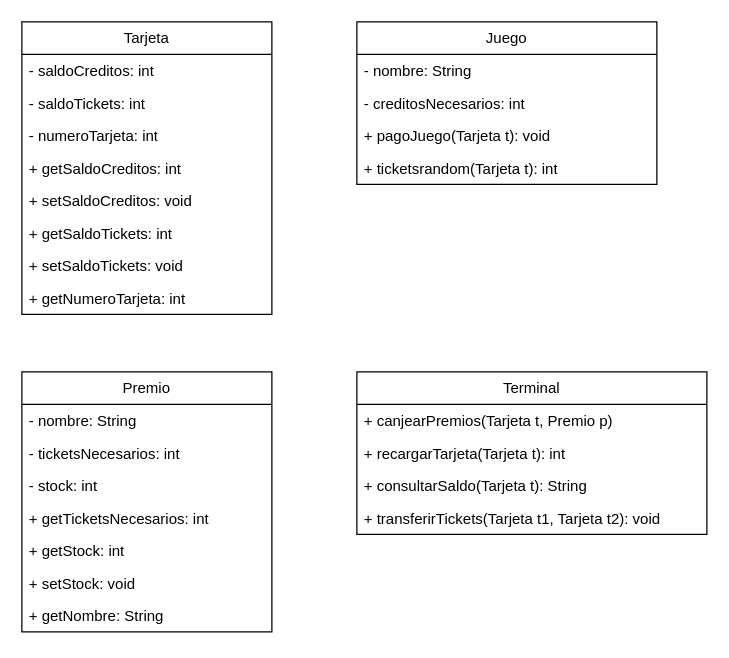
Before: UML recreativa.drawio in HugoDuranMachin/TrabajoRecreativos, a draw.io diagram. Source tidied: cells renumbered, new cells numbered last; positions are measured from the earlier drawing's top-left corner, leaving out a move shared by most shapes. Both pictures are drawn from the tidied source at 125%, with x=0, y=0 at pixel (21, 21).
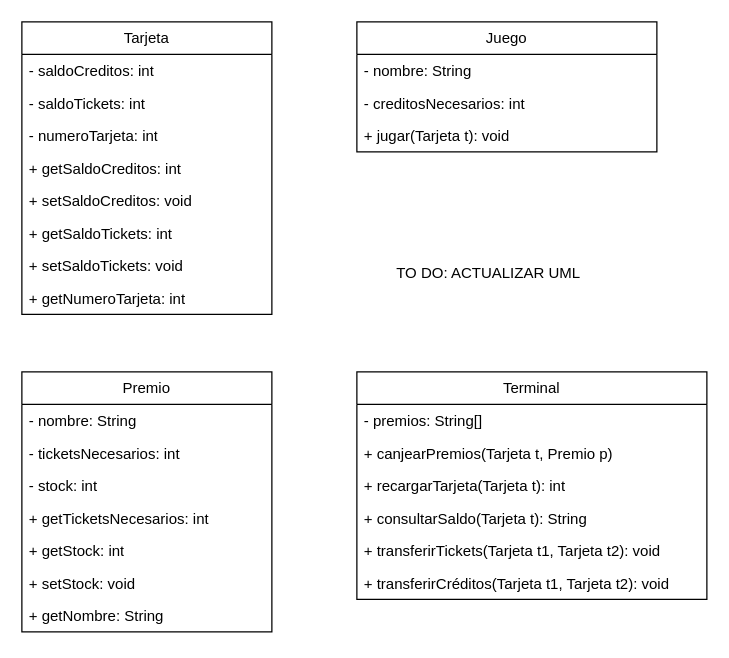
The same diagram, later.

Change to the diagram source:
```diff
@@
     <mxCell id="11" value="Juego" style="swimlane;fontStyle=0;horizontal=1;startSize=26;fillColor=none;whiteSpace=wrap;html=1;" parent="1" vertex="1">
-      <mxGeometry x="268" width="240" height="130" as="geometry" />
+      <mxGeometry x="268" width="240" height="104" as="geometry" />
     </mxCell>
@@
-    <mxCell id="14" value="+ pagoJuego(Tarjeta t): void" style="text;strokeColor=none;fillColor=none;align=left;verticalAlign=top;spacingLeft=4;spacingRight=4;overflow=hidden;whiteSpace=wrap;html=1;" parent="11" vertex="1">
+    <mxCell id="14" value="+ jugar(Tarjeta t): void" style="text;strokeColor=none;fillColor=none;align=left;verticalAlign=top;spacingLeft=4;spacingRight=4;overflow=hidden;whiteSpace=wrap;html=1;" parent="11" vertex="1">
       <mxGeometry y="78" width="240" height="26" as="geometry" />
     </mxCell>
-    <mxCell id="15" value="+ ticketsrandom(Tarjeta t): int" style="text;strokeColor=none;fillColor=none;align=left;verticalAlign=top;spacingLeft=4;spacingRight=4;overflow=hidden;whiteSpace=wrap;html=1;" parent="11" vertex="1">
-      <mxGeometry y="104" width="240" height="26" as="geometry" />
-    </mxCell>
@@
     <mxCell id="24" value="Terminal" style="swimlane;fontStyle=0;horizontal=1;startSize=26;fillColor=none;whiteSpace=wrap;html=1;" parent="1" vertex="1">
-      <mxGeometry x="268" y="280" width="280" height="130" as="geometry" />
+      <mxGeometry x="268" y="280" width="280" height="182" as="geometry" />
     </mxCell>
-    <mxCell id="25" value="+ canjearPremios(Tarjeta t, Premio p)" style="text;strokeColor=none;fillColor=none;align=left;verticalAlign=top;spacingLeft=4;spacingRight=4;overflow=hidden;whiteSpace=wrap;html=1;" parent="24" vertex="1">
+    <mxCell id="25" value="- premios: String[]" style="text;strokeColor=none;fillColor=none;align=left;verticalAlign=top;spacingLeft=4;spacingRight=4;overflow=hidden;whiteSpace=wrap;html=1;" parent="24" vertex="1">
       <mxGeometry y="26" width="280" height="26" as="geometry" />
     </mxCell>
+    <mxCell id="29" value="+ canjearPremios(Tarjeta t, Premio p)" style="text;strokeColor=none;fillColor=none;align=left;verticalAlign=top;spacingLeft=4;spacingRight=4;overflow=hidden;whiteSpace=wrap;html=1;" parent="24" vertex="1">
+      <mxGeometry y="52" width="280" height="26" as="geometry" />
+    </mxCell>
     <mxCell id="26" value="+ recargarTarjeta(Tarjeta t): int" style="text;strokeColor=none;fillColor=none;align=left;verticalAlign=top;spacingLeft=4;spacingRight=4;overflow=hidden;whiteSpace=wrap;html=1;" parent="24" vertex="1">
-      <mxGeometry y="52" width="280" height="26" as="geometry" />
+      <mxGeometry y="78" width="280" height="26" as="geometry" />
     </mxCell>
     <mxCell id="27" value="+ consultarSaldo(Tarjeta t): String" style="text;strokeColor=none;fillColor=none;align=left;verticalAlign=top;spacingLeft=4;spacingRight=4;overflow=hidden;whiteSpace=wrap;html=1;" parent="24" vertex="1">
-      <mxGeometry y="78" width="280" height="26" as="geometry" />
+      <mxGeometry y="104" width="280" height="26" as="geometry" />
     </mxCell>
     <mxCell id="28" value="+ transferirTickets(Tarjeta t1, Tarjeta t2): void" style="text;strokeColor=none;fillColor=none;align=left;verticalAlign=top;spacingLeft=4;spacingRight=4;overflow=hidden;whiteSpace=wrap;html=1;" parent="24" vertex="1">
-      <mxGeometry y="104" width="280" height="26" as="geometry" />
+      <mxGeometry y="130" width="280" height="26" as="geometry" />
     </mxCell>
+    <mxCell id="30" value="+ transferirCréditos(Tarjeta t1, Tarjeta t2): void" style="text;strokeColor=none;fillColor=none;align=left;verticalAlign=top;spacingLeft=4;spacingRight=4;overflow=hidden;whiteSpace=wrap;html=1;" parent="24" vertex="1">
+      <mxGeometry y="156" width="280" height="26" as="geometry" />
+    </mxCell>
+    <mxCell id="31" value="TO DO: ACTUALIZAR UML" style="text;html=1;align=center;verticalAlign=middle;strokeColor=none;fillColor=none;" parent="1" vertex="1">
+      <mxGeometry x="291" y="188" width="164" height="26" as="geometry" />
+    </mxCell>
```
